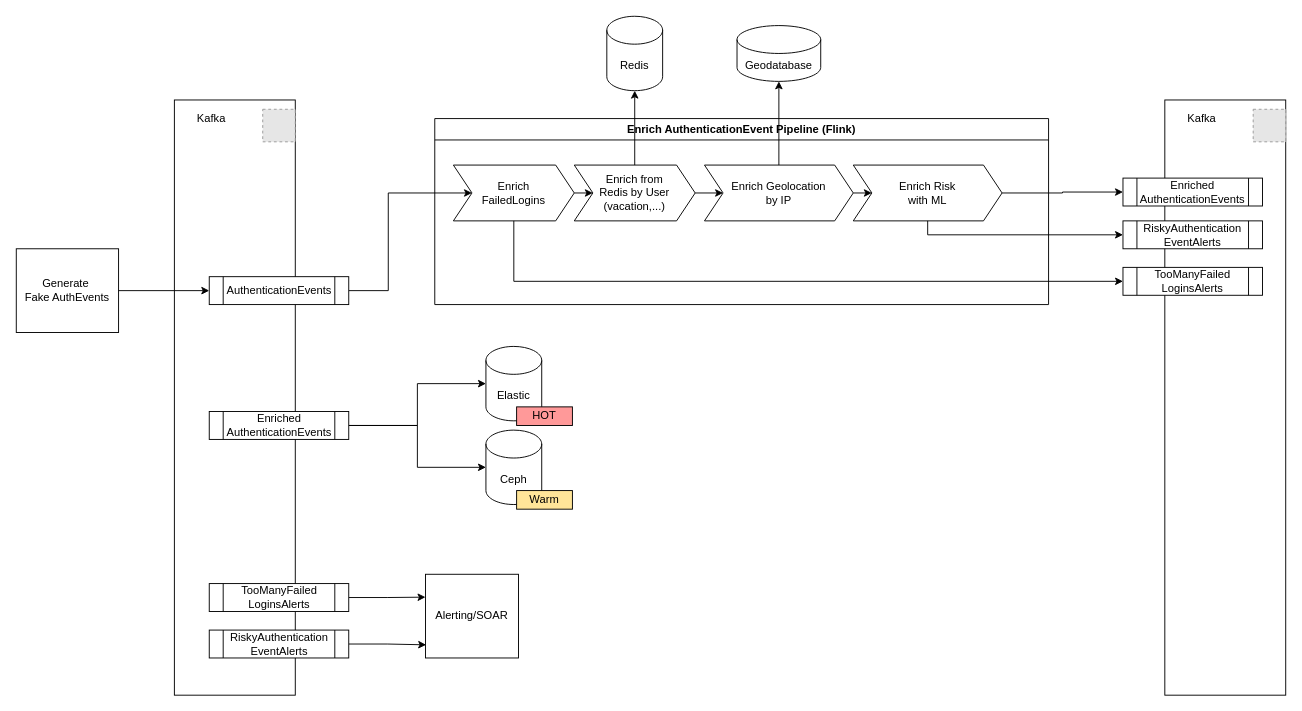
Earlier version of the draw.io diagram EnrichAuthenticationEventPipline.drawio (denniskniep/AuthEventsAnalyse). Source tidied: cells renumbered, new cells numbered last; positions are measured from the earlier drawing's top-left corner, leaving out a move shared by most shapes. Both pictures are drawn from the tidied source at 93%, with x=0, y=0 at pixel (16, 16). Pictures stored in the file or linked from it are replaced by grey dashed boxes.
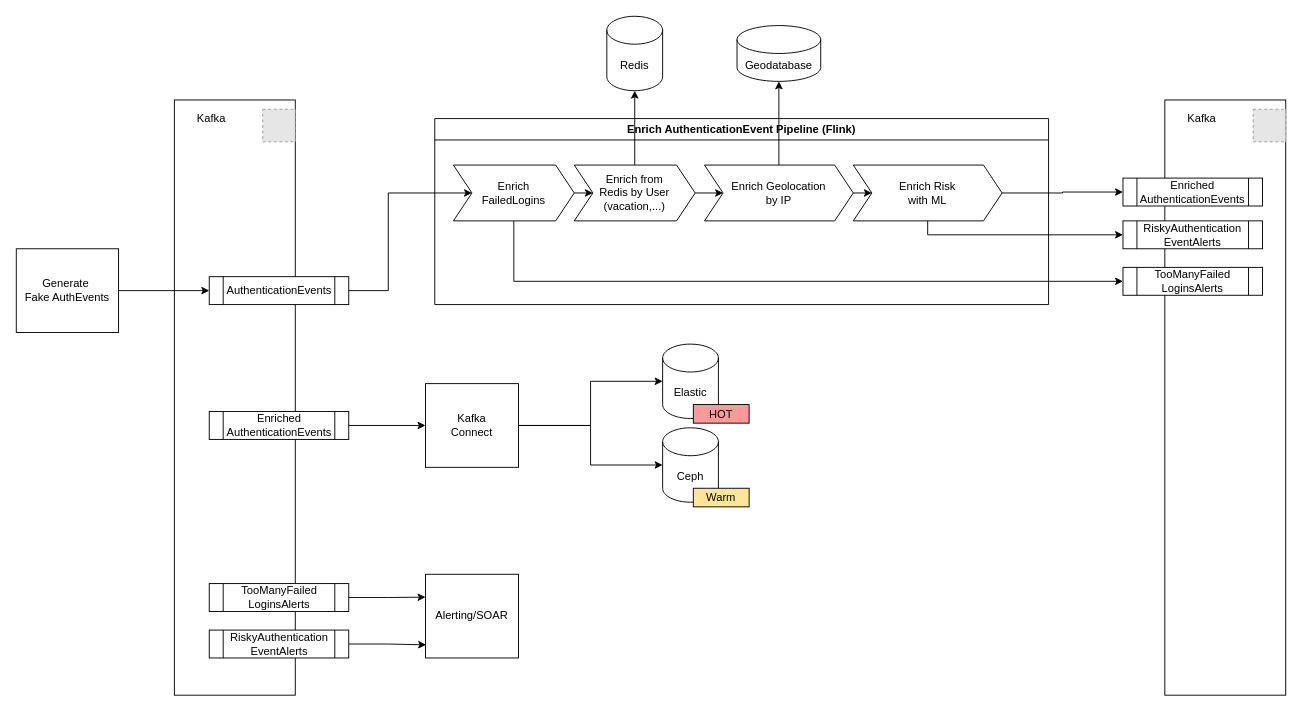
The same page after the edit.

Commit message (it also covers changes not shown here):
Kafka Connect sink to Elastic

The change refers to these unchanged cells:
```xml
<mxCell id="23" value="Enriched&lt;br&gt;AuthenticationEvents" style="shape=process;whiteSpace=wrap;html=1;backgroundOutline=1;" parent="1" vertex="1">
  <mxGeometry x="207.5" y="425" width="150" height="30" as="geometry" />
</mxCell>
```

Change to the diagram source:
```diff
@@
-    <mxCell id="21" style="edgeStyle=orthogonalEdgeStyle;rounded=0;jettySize=auto;html=1;exitX=1;exitY=0.5;exitDx=0;exitDy=0;entryX=0;entryY=0.5;entryDx=0;entryDy=0;entryPerimeter=0;" parent="1" edge="1" source="23" target="26">
-      <mxGeometry relative="1" as="geometry" />
-    </mxCell>
-    <mxCell id="22" style="edgeStyle=orthogonalEdgeStyle;rounded=0;jettySize=auto;html=1;exitX=1;exitY=0.5;exitDx=0;exitDy=0;" parent="1" edge="1" source="23" target="30">
-      <mxGeometry relative="1" as="geometry" />
-    </mxCell>
+    <mxCell id="42" style="edgeStyle=orthogonalEdgeStyle;rounded=0;jettySize=auto;html=1;entryX=0;entryY=0.5;entryDx=0;entryDy=0;" parent="1" edge="1" source="23" target="45">
+      <mxGeometry relative="1" as="geometry" />
+    </mxCell>
@@
     <mxCell id="26" value="Elastic" style="shape=cylinder3;whiteSpace=wrap;html=1;boundedLbl=1;backgroundOutline=1;size=15;" parent="1" vertex="1">
-      <mxGeometry x="505" y="355" width="60" height="80" as="geometry" />
+      <mxGeometry x="695" y="352.5" width="60" height="80" as="geometry" />
     </mxCell>
@@
     <mxCell id="30" value="Ceph" style="shape=cylinder3;whiteSpace=wrap;html=1;boundedLbl=1;backgroundOutline=1;size=15;" parent="1" vertex="1">
-      <mxGeometry x="505" y="445" width="60" height="80" as="geometry" />
+      <mxGeometry x="695" y="442.5" width="60" height="80" as="geometry" />
     </mxCell>
@@
     <mxCell id="38" value="HOT" style="rounded=0;whiteSpace=wrap;html=1;fillColor=#FF9999;" parent="1" vertex="1">
-      <mxGeometry x="538" y="420" width="60" height="20" as="geometry" />
+      <mxGeometry x="728" y="417.5" width="60" height="20" as="geometry" />
     </mxCell>
     <mxCell id="39" value="Warm" style="rounded=0;whiteSpace=wrap;html=1;fillColor=#FFE599;" parent="1" vertex="1">
-      <mxGeometry x="538" y="510" width="60" height="20" as="geometry" />
+      <mxGeometry x="728" y="507.5" width="60" height="20" as="geometry" />
     </mxCell>
@@
+    <mxCell id="43" style="edgeStyle=orthogonalEdgeStyle;rounded=0;jettySize=auto;html=1;exitX=1;exitY=0.5;exitDx=0;exitDy=0;" parent="1" edge="1" source="45" target="26">
+      <mxGeometry relative="1" as="geometry" />
+    </mxCell>
+    <mxCell id="44" style="edgeStyle=orthogonalEdgeStyle;rounded=0;jettySize=auto;html=1;exitX=1;exitY=0.5;exitDx=0;exitDy=0;" parent="1" edge="1" source="45" target="30">
+      <mxGeometry relative="1" as="geometry" />
+    </mxCell>
+    <mxCell id="45" value="Kafka&lt;br&gt;Connect" style="rounded=0;whiteSpace=wrap;html=1;" parent="1" vertex="1">
+      <mxGeometry x="440" y="395" width="100" height="90" as="geometry" />
+    </mxCell>
```
